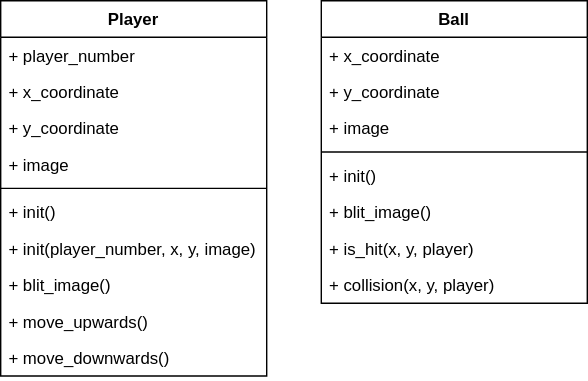
GoninDS/Pong keeps this draw.io diagram as design/class_diagram_pong.svg. Above is the earlier version. Source tidied: cells renumbered, new cells last; positions are measured from the earlier drawing's top-left corner, leaving out a move shared by most shapes. Source of this version:
```xml
<mxGraphModel>
  <root>
    <mxCell id="0" />
    <mxCell id="1" parent="0" />
    <mxCell id="2" value="Player" style="swimlane;fontStyle=1;align=center;verticalAlign=top;horizontal=1;startSize=26;" parent="1" vertex="1">
      <mxGeometry width="190" height="268" as="geometry" />
    </mxCell>
    <mxCell id="3" value="+ player_number" style="text;strokeColor=none;fillColor=none;align=left;verticalAlign=top;spacingLeft=4;spacingRight=4;overflow=hidden;" parent="2" vertex="1">
      <mxGeometry y="26" width="190" height="26" as="geometry" />
    </mxCell>
    <mxCell id="4" value="+ x_coordinate" style="text;strokeColor=none;fillColor=none;align=left;verticalAlign=top;spacingLeft=4;spacingRight=4;overflow=hidden;" parent="2" vertex="1">
      <mxGeometry y="52" width="190" height="26" as="geometry" />
    </mxCell>
    <mxCell id="5" value="+ y_coordinate" style="text;strokeColor=none;fillColor=none;align=left;verticalAlign=top;spacingLeft=4;spacingRight=4;overflow=hidden;" parent="2" vertex="1">
      <mxGeometry y="78" width="190" height="26" as="geometry" />
    </mxCell>
    <mxCell id="6" value="+ image" style="text;strokeColor=none;fillColor=none;align=left;verticalAlign=top;spacingLeft=4;spacingRight=4;overflow=hidden;" parent="2" vertex="1">
      <mxGeometry y="104" width="190" height="26" as="geometry" />
    </mxCell>
    <mxCell id="7" style="line;strokeWidth=1;fillColor=none;align=left;verticalAlign=middle;spacingTop=-1;spacingLeft=3;spacingRight=3;labelPosition=right;strokeColor=inherit;" parent="2" vertex="1">
      <mxGeometry y="130" width="190" height="8" as="geometry" />
    </mxCell>
    <mxCell id="8" value="+ init()" style="text;strokeColor=none;fillColor=none;align=left;verticalAlign=top;spacingLeft=4;spacingRight=4;overflow=hidden;" parent="2" vertex="1">
      <mxGeometry y="138" width="190" height="26" as="geometry" />
    </mxCell>
    <mxCell id="9" value="+ init(player_number, x, y, image)" style="text;strokeColor=none;fillColor=none;align=left;verticalAlign=top;spacingLeft=4;spacingRight=4;overflow=hidden;" parent="2" vertex="1">
      <mxGeometry y="164" width="190" height="26" as="geometry" />
    </mxCell>
    <mxCell id="10" value="+ blit_image()" style="text;strokeColor=none;fillColor=none;align=left;verticalAlign=top;spacingLeft=4;spacingRight=4;overflow=hidden;" parent="2" vertex="1">
      <mxGeometry y="190" width="190" height="26" as="geometry" />
    </mxCell>
    <mxCell id="11" value="+ move_upwards()" style="text;strokeColor=none;fillColor=none;align=left;verticalAlign=top;spacingLeft=4;spacingRight=4;overflow=hidden;" parent="2" vertex="1">
      <mxGeometry y="216" width="190" height="26" as="geometry" />
    </mxCell>
    <mxCell id="12" value="+ move_downwards()" style="text;strokeColor=none;fillColor=none;align=left;verticalAlign=top;spacingLeft=4;spacingRight=4;overflow=hidden;" parent="2" vertex="1">
      <mxGeometry y="242" width="190" height="26" as="geometry" />
    </mxCell>
    <mxCell id="13" value="Ball" style="swimlane;fontStyle=1;align=center;verticalAlign=top;horizontal=1;startSize=26;" parent="1" vertex="1">
      <mxGeometry x="229" width="190" height="216" as="geometry" />
    </mxCell>
    <mxCell id="14" value="+ x_coordinate" style="text;strokeColor=none;fillColor=none;align=left;verticalAlign=top;spacingLeft=4;spacingRight=4;overflow=hidden;" parent="13" vertex="1">
      <mxGeometry y="26" width="190" height="26" as="geometry" />
    </mxCell>
    <mxCell id="15" value="+ y_coordinate" style="text;strokeColor=none;fillColor=none;align=left;verticalAlign=top;spacingLeft=4;spacingRight=4;overflow=hidden;" parent="13" vertex="1">
      <mxGeometry y="52" width="190" height="26" as="geometry" />
    </mxCell>
    <mxCell id="16" value="+ image" style="text;strokeColor=none;fillColor=none;align=left;verticalAlign=top;spacingLeft=4;spacingRight=4;overflow=hidden;" parent="13" vertex="1">
      <mxGeometry y="78" width="190" height="26" as="geometry" />
    </mxCell>
    <mxCell id="17" style="line;strokeWidth=1;fillColor=none;align=left;verticalAlign=middle;spacingTop=-1;spacingLeft=3;spacingRight=3;labelPosition=right;strokeColor=inherit;" parent="13" vertex="1">
      <mxGeometry y="104" width="190" height="8" as="geometry" />
    </mxCell>
    <mxCell id="18" value="+ init()" style="text;strokeColor=none;fillColor=none;align=left;verticalAlign=top;spacingLeft=4;spacingRight=4;overflow=hidden;" parent="13" vertex="1">
      <mxGeometry y="112" width="190" height="26" as="geometry" />
    </mxCell>
    <mxCell id="19" value="+ blit_image()" style="text;strokeColor=none;fillColor=none;align=left;verticalAlign=top;spacingLeft=4;spacingRight=4;overflow=hidden;" parent="13" vertex="1">
      <mxGeometry y="138" width="190" height="26" as="geometry" />
    </mxCell>
    <mxCell id="20" value="+ is_hit(x, y, player)" style="text;strokeColor=none;fillColor=none;align=left;verticalAlign=top;spacingLeft=4;spacingRight=4;overflow=hidden;" parent="13" vertex="1">
      <mxGeometry y="164" width="190" height="26" as="geometry" />
    </mxCell>
    <mxCell id="21" value="+ collision(x, y, player)" style="text;strokeColor=none;fillColor=none;align=left;verticalAlign=top;spacingLeft=4;spacingRight=4;overflow=hidden;" parent="13" vertex="1">
      <mxGeometry y="190" width="190" height="26" as="geometry" />
    </mxCell>
  </root>
</mxGraphModel>
```
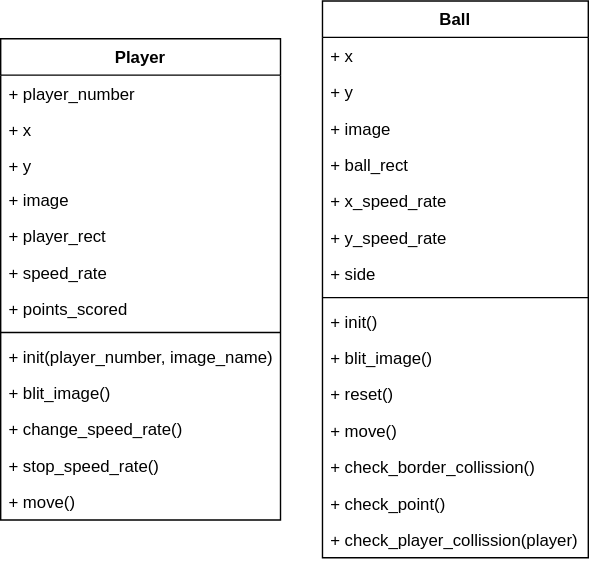
The same file after the commit.

Commit message:
Replaced class diagram

Diff of the diagram source:
```diff
@@ -3,64 +3,94 @@
     <mxCell id="0" />
     <mxCell id="1" parent="0" />
     <mxCell id="2" value="Player" style="swimlane;fontStyle=1;align=center;verticalAlign=top;horizontal=1;startSize=26;" parent="1" vertex="1">
-      <mxGeometry width="190" height="268" as="geometry" />
+      <mxGeometry x="40" width="200" height="344" as="geometry" />
     </mxCell>
     <mxCell id="3" value="+ player_number" style="text;strokeColor=none;fillColor=none;align=left;verticalAlign=top;spacingLeft=4;spacingRight=4;overflow=hidden;" parent="2" vertex="1">
-      <mxGeometry y="26" width="190" height="26" as="geometry" />
+      <mxGeometry y="26" width="200" height="26" as="geometry" />
     </mxCell>
-    <mxCell id="4" value="+ x_coordinate" style="text;strokeColor=none;fillColor=none;align=left;verticalAlign=top;spacingLeft=4;spacingRight=4;overflow=hidden;" parent="2" vertex="1">
-      <mxGeometry y="52" width="190" height="26" as="geometry" />
+    <mxCell id="4" value="+ x" style="text;strokeColor=none;fillColor=none;align=left;verticalAlign=top;spacingLeft=4;spacingRight=4;overflow=hidden;" parent="2" vertex="1">
+      <mxGeometry y="52" width="200" height="26" as="geometry" />
     </mxCell>
-    <mxCell id="5" value="+ y_coordinate" style="text;strokeColor=none;fillColor=none;align=left;verticalAlign=top;spacingLeft=4;spacingRight=4;overflow=hidden;" parent="2" vertex="1">
-      <mxGeometry y="78" width="190" height="26" as="geometry" />
+    <mxCell id="5" value="+ y" style="text;strokeColor=none;fillColor=none;align=left;verticalAlign=top;spacingLeft=4;spacingRight=4;overflow=hidden;" parent="2" vertex="1">
+      <mxGeometry y="78" width="200" height="24" as="geometry" />
     </mxCell>
     <mxCell id="6" value="+ image" style="text;strokeColor=none;fillColor=none;align=left;verticalAlign=top;spacingLeft=4;spacingRight=4;overflow=hidden;" parent="2" vertex="1">
-      <mxGeometry y="104" width="190" height="26" as="geometry" />
+      <mxGeometry y="102" width="200" height="26" as="geometry" />
     </mxCell>
+    <mxCell id="22" value="+ player_rect" style="text;strokeColor=none;fillColor=none;align=left;verticalAlign=top;spacingLeft=4;spacingRight=4;overflow=hidden;" parent="2" vertex="1">
+      <mxGeometry y="128" width="200" height="26" as="geometry" />
+    </mxCell>
+    <mxCell id="23" value="+ speed_rate" style="text;strokeColor=none;fillColor=none;align=left;verticalAlign=top;spacingLeft=4;spacingRight=4;overflow=hidden;" parent="2" vertex="1">
+      <mxGeometry y="154" width="200" height="26" as="geometry" />
+    </mxCell>
+    <mxCell id="24" value="+ points_scored" style="text;strokeColor=none;fillColor=none;align=left;verticalAlign=top;spacingLeft=4;spacingRight=4;overflow=hidden;" parent="2" vertex="1">
+      <mxGeometry y="180" width="200" height="26" as="geometry" />
+    </mxCell>
     <mxCell id="7" style="line;strokeWidth=1;fillColor=none;align=left;verticalAlign=middle;spacingTop=-1;spacingLeft=3;spacingRight=3;labelPosition=right;strokeColor=inherit;" parent="2" vertex="1">
-      <mxGeometry y="130" width="190" height="8" as="geometry" />
+      <mxGeometry y="206" width="200" height="8" as="geometry" />
     </mxCell>
-    <mxCell id="8" value="+ init()" style="text;strokeColor=none;fillColor=none;align=left;verticalAlign=top;spacingLeft=4;spacingRight=4;overflow=hidden;" parent="2" vertex="1">
-      <mxGeometry y="138" width="190" height="26" as="geometry" />
-    </mxCell>
-    <mxCell id="9" value="+ init(player_number, x, y, image)" style="text;strokeColor=none;fillColor=none;align=left;verticalAlign=top;spacingLeft=4;spacingRight=4;overflow=hidden;" parent="2" vertex="1">
-      <mxGeometry y="164" width="190" height="26" as="geometry" />
+    <mxCell id="9" value="+ init(player_number, image_name)" style="text;strokeColor=none;fillColor=none;align=left;verticalAlign=top;spacingLeft=4;spacingRight=4;overflow=hidden;" parent="2" vertex="1">
+      <mxGeometry y="214" width="200" height="26" as="geometry" />
     </mxCell>
     <mxCell id="10" value="+ blit_image()" style="text;strokeColor=none;fillColor=none;align=left;verticalAlign=top;spacingLeft=4;spacingRight=4;overflow=hidden;" parent="2" vertex="1">
-      <mxGeometry y="190" width="190" height="26" as="geometry" />
+      <mxGeometry y="240" width="200" height="26" as="geometry" />
     </mxCell>
-    <mxCell id="11" value="+ move_upwards()" style="text;strokeColor=none;fillColor=none;align=left;verticalAlign=top;spacingLeft=4;spacingRight=4;overflow=hidden;" parent="2" vertex="1">
-      <mxGeometry y="216" width="190" height="26" as="geometry" />
+    <mxCell id="11" value="+ change_speed_rate()" style="text;strokeColor=none;fillColor=none;align=left;verticalAlign=top;spacingLeft=4;spacingRight=4;overflow=hidden;" parent="2" vertex="1">
+      <mxGeometry y="266" width="200" height="26" as="geometry" />
     </mxCell>
+    <mxCell id="25" value="+ stop_speed_rate()" style="text;strokeColor=none;fillColor=none;align=left;verticalAlign=top;spacingLeft=4;spacingRight=4;overflow=hidden;" parent="2" vertex="1">
+      <mxGeometry y="292" width="200" height="26" as="geometry" />
+    </mxCell>
-    <mxCell id="12" value="+ move_downwards()" style="text;strokeColor=none;fillColor=none;align=left;verticalAlign=top;spacingLeft=4;spacingRight=4;overflow=hidden;" parent="2" vertex="1">
-      <mxGeometry y="242" width="190" height="26" as="geometry" />
+    <mxCell id="12" value="+ move()" style="text;strokeColor=none;fillColor=none;align=left;verticalAlign=top;spacingLeft=4;spacingRight=4;overflow=hidden;" parent="2" vertex="1">
+      <mxGeometry y="318" width="200" height="26" as="geometry" />
     </mxCell>
     <mxCell id="13" value="Ball" style="swimlane;fontStyle=1;align=center;verticalAlign=top;horizontal=1;startSize=26;" parent="1" vertex="1">
-      <mxGeometry x="229" width="190" height="216" as="geometry" />
+      <mxGeometry x="270" y="-27" width="190" height="398" as="geometry" />
     </mxCell>
-    <mxCell id="14" value="+ x_coordinate" style="text;strokeColor=none;fillColor=none;align=left;verticalAlign=top;spacingLeft=4;spacingRight=4;overflow=hidden;" parent="13" vertex="1">
+    <mxCell id="14" value="+ x" style="text;strokeColor=none;fillColor=none;align=left;verticalAlign=top;spacingLeft=4;spacingRight=4;overflow=hidden;" parent="13" vertex="1">
       <mxGeometry y="26" width="190" height="26" as="geometry" />
     </mxCell>
-    <mxCell id="15" value="+ y_coordinate" style="text;strokeColor=none;fillColor=none;align=left;verticalAlign=top;spacingLeft=4;spacingRight=4;overflow=hidden;" parent="13" vertex="1">
+    <mxCell id="15" value="+ y" style="text;strokeColor=none;fillColor=none;align=left;verticalAlign=top;spacingLeft=4;spacingRight=4;overflow=hidden;" parent="13" vertex="1">
       <mxGeometry y="52" width="190" height="26" as="geometry" />
     </mxCell>
     <mxCell id="16" value="+ image" style="text;strokeColor=none;fillColor=none;align=left;verticalAlign=top;spacingLeft=4;spacingRight=4;overflow=hidden;" parent="13" vertex="1">
       <mxGeometry y="78" width="190" height="26" as="geometry" />
     </mxCell>
+    <mxCell id="26" value="+ ball_rect" style="text;strokeColor=none;fillColor=none;align=left;verticalAlign=top;spacingLeft=4;spacingRight=4;overflow=hidden;" parent="13" vertex="1">
+      <mxGeometry y="104" width="190" height="26" as="geometry" />
+    </mxCell>
+    <mxCell id="27" value="+ x_speed_rate" style="text;strokeColor=none;fillColor=none;align=left;verticalAlign=top;spacingLeft=4;spacingRight=4;overflow=hidden;" parent="13" vertex="1">
+      <mxGeometry y="130" width="190" height="26" as="geometry" />
+    </mxCell>
+    <mxCell id="28" value="+ y_speed_rate" style="text;strokeColor=none;fillColor=none;align=left;verticalAlign=top;spacingLeft=4;spacingRight=4;overflow=hidden;" parent="13" vertex="1">
+      <mxGeometry y="156" width="190" height="26" as="geometry" />
+    </mxCell>
+    <mxCell id="29" value="+ side" style="text;strokeColor=none;fillColor=none;align=left;verticalAlign=top;spacingLeft=4;spacingRight=4;overflow=hidden;" parent="13" vertex="1">
+      <mxGeometry y="182" width="190" height="26" as="geometry" />
+    </mxCell>
     <mxCell id="17" style="line;strokeWidth=1;fillColor=none;align=left;verticalAlign=middle;spacingTop=-1;spacingLeft=3;spacingRight=3;labelPosition=right;strokeColor=inherit;" parent="13" vertex="1">
-      <mxGeometry y="104" width="190" height="8" as="geometry" />
+      <mxGeometry y="208" width="190" height="8" as="geometry" />
     </mxCell>
     <mxCell id="18" value="+ init()" style="text;strokeColor=none;fillColor=none;align=left;verticalAlign=top;spacingLeft=4;spacingRight=4;overflow=hidden;" parent="13" vertex="1">
-      <mxGeometry y="112" width="190" height="26" as="geometry" />
+      <mxGeometry y="216" width="190" height="26" as="geometry" />
     </mxCell>
     <mxCell id="19" value="+ blit_image()" style="text;strokeColor=none;fillColor=none;align=left;verticalAlign=top;spacingLeft=4;spacingRight=4;overflow=hidden;" parent="13" vertex="1">
-      <mxGeometry y="138" width="190" height="26" as="geometry" />
+      <mxGeometry y="242" width="190" height="26" as="geometry" />
     </mxCell>
-    <mxCell id="20" value="+ is_hit(x, y, player)" style="text;strokeColor=none;fillColor=none;align=left;verticalAlign=top;spacingLeft=4;spacingRight=4;overflow=hidden;" parent="13" vertex="1">
-      <mxGeometry y="164" width="190" height="26" as="geometry" />
+    <mxCell id="20" value="+ reset()" style="text;strokeColor=none;fillColor=none;align=left;verticalAlign=top;spacingLeft=4;spacingRight=4;overflow=hidden;" parent="13" vertex="1">
+      <mxGeometry y="268" width="190" height="26" as="geometry" />
     </mxCell>
-    <mxCell id="21" value="+ collision(x, y, player)" style="text;strokeColor=none;fillColor=none;align=left;verticalAlign=top;spacingLeft=4;spacingRight=4;overflow=hidden;" parent="13" vertex="1">
-      <mxGeometry y="190" width="190" height="26" as="geometry" />
+    <mxCell id="21" value="+ move()" style="text;strokeColor=none;fillColor=none;align=left;verticalAlign=top;spacingLeft=4;spacingRight=4;overflow=hidden;" parent="13" vertex="1">
+      <mxGeometry y="294" width="190" height="26" as="geometry" />
     </mxCell>
+    <mxCell id="30" value="+ check_border_collission()" style="text;strokeColor=none;fillColor=none;align=left;verticalAlign=top;spacingLeft=4;spacingRight=4;overflow=hidden;" parent="13" vertex="1">
+      <mxGeometry y="320" width="190" height="26" as="geometry" />
+    </mxCell>
+    <mxCell id="31" value="+ check_point()" style="text;strokeColor=none;fillColor=none;align=left;verticalAlign=top;spacingLeft=4;spacingRight=4;overflow=hidden;" parent="13" vertex="1">
+      <mxGeometry y="346" width="190" height="26" as="geometry" />
+    </mxCell>
+    <mxCell id="32" value="+ check_player_collission(player)" style="text;strokeColor=none;fillColor=none;align=left;verticalAlign=top;spacingLeft=4;spacingRight=4;overflow=hidden;" parent="13" vertex="1">
+      <mxGeometry y="372" width="190" height="26" as="geometry" />
+    </mxCell>
   </root>
 </mxGraphModel>
```
